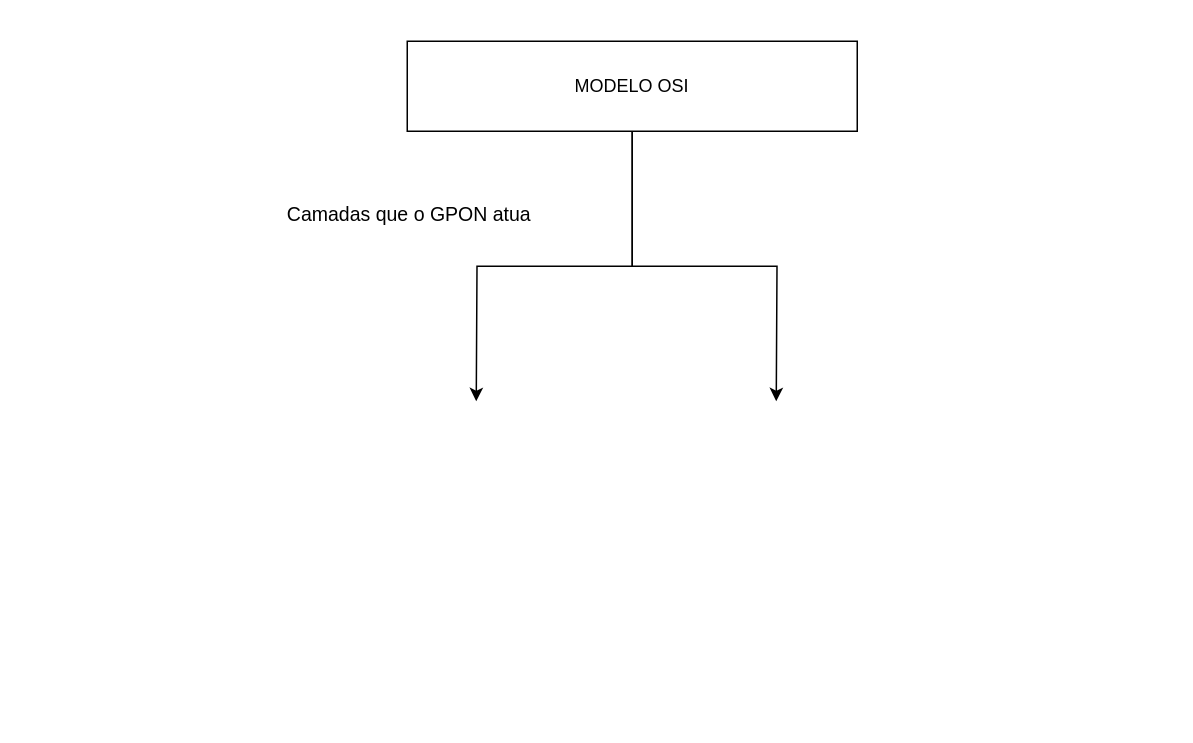
The draw.io diagram page "Página-2" (2 of 2) of Diagrama sem nome.drawio in elielalvespinheiro/DIAGRAMAS, before the edit. Source tidied: cells renumbered, new cells numbered last; positions are measured from the earlier drawing's top-left corner, leaving out a move shared by most shapes. Both pictures are drawn from the tidied source at 150%, with x=0, y=0 at pixel (266, 40).
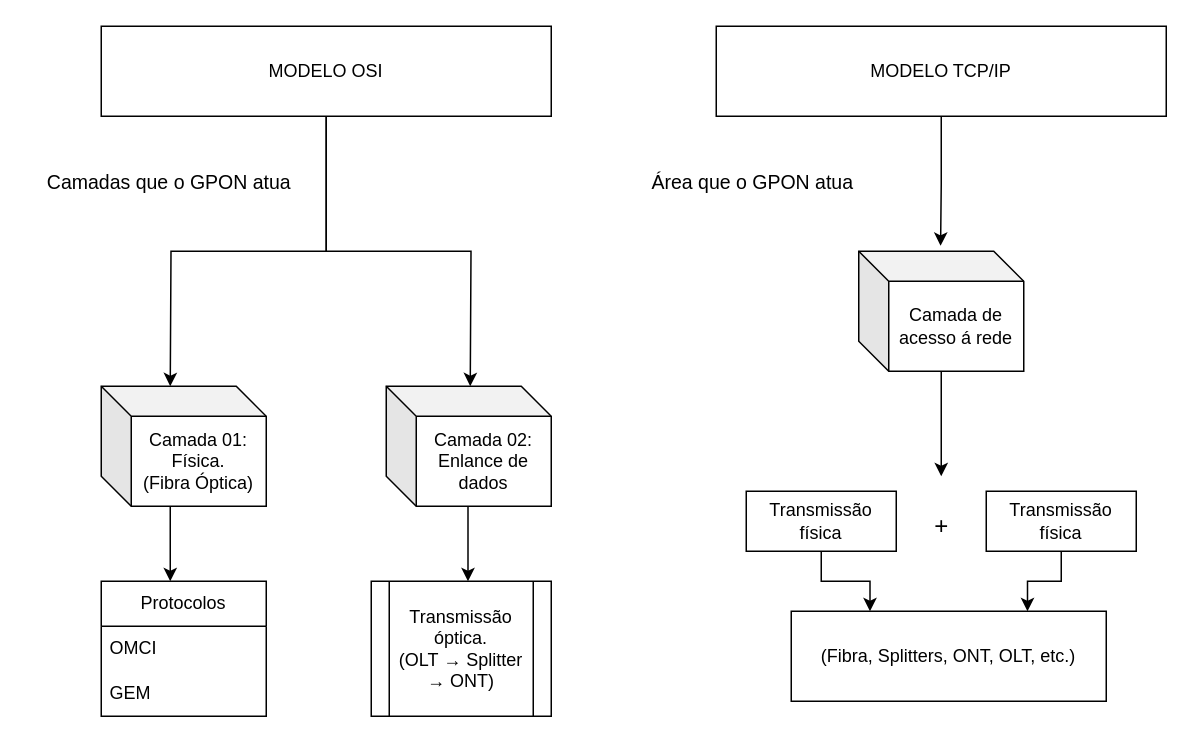
Above is the later version.

The edit, as a diff of the source:
```diff
@@
     <mxCell id="2" style="edgeStyle=orthogonalEdgeStyle;rounded=0;jettySize=auto;html=1;" parent="1" edge="1" source="4">
       <mxGeometry relative="1" as="geometry">
-        <mxPoint x="340" y="240" as="targetPoint" />
+        <mxPoint x="136" y="230" as="targetPoint" />
       </mxGeometry>
     </mxCell>
     <mxCell id="3" style="edgeStyle=orthogonalEdgeStyle;rounded=0;jettySize=auto;html=1;" parent="1" edge="1" source="4">
       <mxGeometry relative="1" as="geometry">
-        <mxPoint x="140" y="240" as="targetPoint" />
+        <mxPoint x="-64" y="230" as="targetPoint" />
       </mxGeometry>
     </mxCell>
-    <mxCell id="4" value="MODELO OSI" style="rounded=0;whiteSpace=wrap;html=1;" parent="1" vertex="1">
-      <mxGeometry x="94" width="300" height="60" as="geometry" />
+    <mxCell id="4" value="&lt;font style=&quot;color: light-dark(rgb(0, 0, 0), rgb(0, 255, 0));&quot;&gt;&lt;font style=&quot;&quot;&gt;MODELO &lt;/font&gt;OSI&lt;/font&gt;" style="rounded=0;whiteSpace=wrap;html=1;" parent="1" vertex="1">
+      <mxGeometry x="-110" y="-10" width="300" height="60" as="geometry" />
     </mxCell>
-    <mxCell id="5" value="Camadas que o GPON atua" style="text;html=1;align=center;verticalAlign=middle;strokeColor=none;fillColor=none;fontSize=13;" parent="1" vertex="1">
-      <mxGeometry y="100" width="190" height="30" as="geometry" />
+    <mxCell id="5" value="Camadas que o GPON atua" style="text;html=1;align=center;verticalAlign=middle;strokeColor=none;fillColor=none;fontSize=13;fontColor=light-dark(#000000,#FFFF00);" parent="1" vertex="1">
+      <mxGeometry x="-160" y="79" width="190" height="30" as="geometry" />
     </mxCell>
+    <mxCell id="6" value="Camada 01:&lt;div&gt;Física.&lt;/div&gt;&lt;div&gt;(Fibra Óptica)&lt;/div&gt;" style="shape=cube;whiteSpace=wrap;html=1;boundedLbl=1;backgroundOutline=1;darkOpacity=0.05;darkOpacity2=0.1;size=20;fontColor=light-dark(#000000,#0066CC);" parent="1" vertex="1">
+      <mxGeometry x="-110" y="230" width="110" height="80" as="geometry" />
+    </mxCell>
+    <mxCell id="7" value="Camada 02:&lt;div&gt;Enlance de dados&lt;/div&gt;" style="shape=cube;whiteSpace=wrap;html=1;boundedLbl=1;backgroundOutline=1;darkOpacity=0.05;darkOpacity2=0.1;size=20;fontColor=light-dark(#000000,#0066CC);" parent="1" vertex="1">
+      <mxGeometry x="80" y="230" width="110" height="80" as="geometry" />
+    </mxCell>
+    <mxCell id="8" style="endArrow=classic;html=1;rounded=0;exitX=0;exitY=0;exitDx=65;exitDy=80;exitPerimeter=0;" parent="1" edge="1">
+      <mxGeometry relative="1" as="geometry">
+        <mxPoint x="-64" y="310" as="sourcePoint" />
+        <mxPoint x="-64" y="360" as="targetPoint" />
+      </mxGeometry>
+    </mxCell>
+    <mxCell id="9" value="Protocolos" style="swimlane;fontStyle=0;horizontal=1;startSize=30;whiteSpace=wrap;html=1;" parent="1" vertex="1">
+      <mxGeometry x="-110" y="360" width="110" height="90" as="geometry" />
+    </mxCell>
+    <mxCell id="10" value="OMCI" style="text;strokeColor=none;fillColor=none;align=left;verticalAlign=middle;spacingLeft=4;spacingRight=4;overflow=hidden;whiteSpace=wrap;html=1;" parent="9" vertex="1">
+      <mxGeometry y="30" width="110" height="30" as="geometry" />
+    </mxCell>
+    <mxCell id="11" value="GEM" style="text;strokeColor=none;fillColor=none;align=left;verticalAlign=middle;spacingLeft=4;spacingRight=4;overflow=hidden;whiteSpace=wrap;html=1;" parent="9" vertex="1">
+      <mxGeometry y="60" width="110" height="30" as="geometry" />
+    </mxCell>
+    <mxCell id="12" value="Transmissão óptica.&lt;div&gt;(OLT → Splitter → ONT)&lt;/div&gt;" style="shape=process;whiteSpace=wrap;html=1;backgroundOutline=1;" parent="1" vertex="1">
+      <mxGeometry x="70" y="360" width="120" height="90" as="geometry" />
+    </mxCell>
+    <mxCell id="13" style="endArrow=classic;html=1;rounded=0;exitX=0;exitY=0;exitDx=65;exitDy=80;exitPerimeter=0;" parent="1" edge="1">
+      <mxGeometry relative="1" as="geometry">
+        <mxPoint x="134.5" y="310" as="sourcePoint" />
+        <mxPoint x="134.5" y="360" as="targetPoint" />
+      </mxGeometry>
+    </mxCell>
+    <mxCell id="14" style="edgeStyle=orthogonalEdgeStyle;rounded=0;jettySize=auto;html=1;entryX=0.496;entryY=-0.045;entryDx=0;entryDy=0;entryPerimeter=0;" parent="1" edge="1" source="15" target="18">
+      <mxGeometry relative="1" as="geometry" />
+    </mxCell>
+    <mxCell id="15" value="&lt;font style=&quot;color: light-dark(rgb(0, 0, 0), rgb(0, 255, 0));&quot;&gt;&lt;font style=&quot;&quot;&gt;MODELO TCP/IP&lt;/font&gt;&lt;/font&gt;" style="rounded=0;whiteSpace=wrap;html=1;" parent="1" vertex="1">
+      <mxGeometry x="300" y="-10" width="300" height="60" as="geometry" />
+    </mxCell>
+    <mxCell id="16" value="Área que o GPON atua" style="text;html=1;align=center;verticalAlign=middle;strokeColor=none;fillColor=none;fontSize=13;fontColor=light-dark(#000000,#CC0000);" parent="1" vertex="1">
+      <mxGeometry x="244" y="79" width="160" height="30" as="geometry" />
+    </mxCell>
+    <mxCell id="17" style="edgeStyle=orthogonalEdgeStyle;rounded=0;jettySize=auto;html=1;" parent="1" edge="1" source="18">
+      <mxGeometry relative="1" as="geometry">
+        <mxPoint x="450" y="290" as="targetPoint" />
+      </mxGeometry>
+    </mxCell>
+    <mxCell id="18" value="Camada de acesso á rede" style="shape=cube;whiteSpace=wrap;html=1;boundedLbl=1;backgroundOutline=1;darkOpacity=0.05;darkOpacity2=0.1;size=20;fontColor=light-dark(#000000,#0066CC);" parent="1" vertex="1">
+      <mxGeometry x="395" y="140" width="110" height="80" as="geometry" />
+    </mxCell>
+    <mxCell id="19" style="edgeStyle=orthogonalEdgeStyle;rounded=0;jettySize=auto;html=1;exitX=0.5;exitY=1;exitDx=0;exitDy=0;entryX=0.25;entryY=0;entryDx=0;entryDy=0;" parent="1" edge="1" source="20" target="24">
+      <mxGeometry relative="1" as="geometry" />
+    </mxCell>
+    <mxCell id="20" value="Transmissão física" style="rounded=0;whiteSpace=wrap;html=1;" parent="1" vertex="1">
+      <mxGeometry x="320" y="300" width="100" height="40" as="geometry" />
+    </mxCell>
+    <mxCell id="21" style="edgeStyle=orthogonalEdgeStyle;rounded=0;jettySize=auto;html=1;exitX=0.5;exitY=1;exitDx=0;exitDy=0;entryX=0.75;entryY=0;entryDx=0;entryDy=0;" parent="1" edge="1" source="22" target="24">
+      <mxGeometry relative="1" as="geometry" />
+    </mxCell>
+    <mxCell id="22" value="Transmissão física" style="rounded=0;whiteSpace=wrap;html=1;" parent="1" vertex="1">
+      <mxGeometry x="480" y="300" width="100" height="40" as="geometry" />
+    </mxCell>
+    <mxCell id="23" value="&lt;font&gt;+&lt;/font&gt;" style="text;html=1;align=center;verticalAlign=middle;strokeColor=none;fillColor=none;fontSize=16;fontColor=light-dark(#000000,#00FF00);" parent="1" vertex="1">
+      <mxGeometry x="435" y="308" width="30" height="30" as="geometry" />
+    </mxCell>
+    <mxCell id="24" value="(Fibra, Splitters, ONT, OLT, etc.)" style="rounded=0;whiteSpace=wrap;html=1;" parent="1" vertex="1">
+      <mxGeometry x="350" y="380" width="210" height="60" as="geometry" />
+    </mxCell>
```
